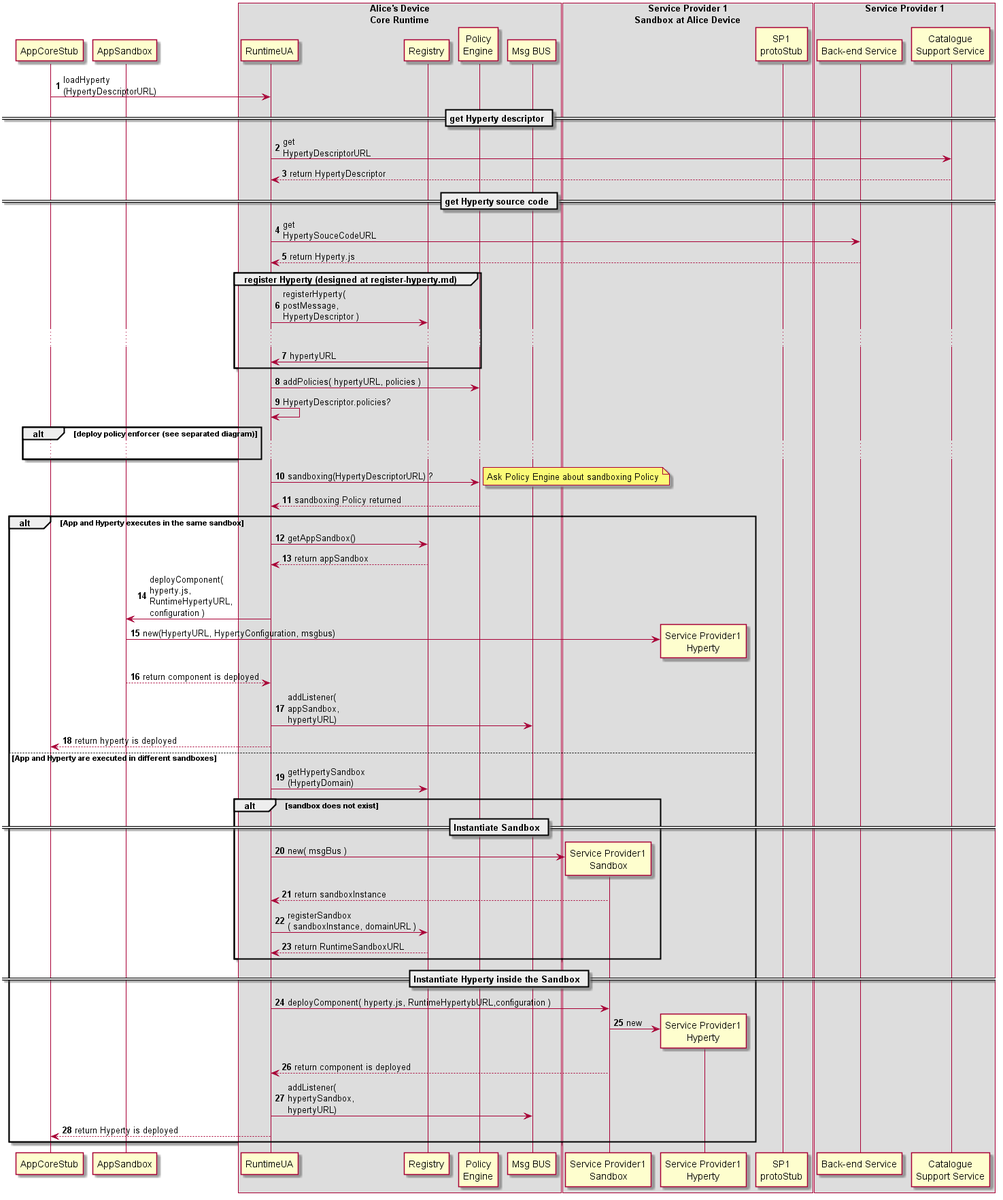
reTHINK-project/core-framework keeps this PlantUML diagram as docs/specs/runtime/dynamic-view/basics/deploy-hyperty.png. Above is the earlier version. Its source is kept beside it as docs/specs/runtime/dynamic-view/basics/deploy-hyperty.plantuml. Source of this version:
```plantuml
@startuml "deploy-hyperty.png"

autonumber

!define SHOW_RuntimeA

!define SHOW_AppAtRuntimeA
!define SHOW_AppSandboxAtRuntimeA

!define SHOW_CoreRuntimeA
!define SHOW_MsgBUSAtRuntimeA
!define SHOW_RegistryAtRuntimeA
!define SHOW_CoreAgentAtRuntimeA
!define SHOW_AuthAtRuntimeA

!define SHOW_SP1SandboxAtRuntimeA
!define SHOW_Protostub1AtRuntimeA
!define SHOW_ServiceProvider1HypertyAtRuntimeA
!define SHOW_ServiceProvider1SandboxManagerAtRuntimeA

!define SHOW_SP1
!define SHOW_Cat1

!include ../runtime_objects.plantuml


RunUA@A <- App@A : loadHyperty\n(HypertyDescriptorURL)

== get Hyperty descriptor ==

	RunUA@A -> Cat1 : get\nHypertyDescriptorURL

	RunUA@A <-- Cat1 : return HypertyDescriptor

== get Hyperty source code ==

	RunUA@A -> SP1 : get\nHypertySouceCodeURL

	RunUA@A <-- SP1 : return Hyperty.js


group register Hyperty (designed at register-hyperty.md)

RunUA@A -> RunReg@A : registerHyperty(\npostMessage,\nHypertyDescriptor )

...

RunUA@A <- RunReg@A : hypertyURL

end group


RunUA@A -> RunAuth@A : addPolicies( hypertyURL, policies )

RunUA@A -> RunUA@A : HypertyDescriptor.policies?

alt deploy policy enforcer (see separated diagram)

...

end



RunUA@A -> RunAuth@A : sandboxing(HypertyDescriptorURL) ?

note right
	Ask Policy Engine about sandboxing Policy
end note

RunUA@A <-- RunAuth@A : sandboxing Policy returned

alt App and Hyperty executes in the same sandbox

RunUA@A -> RunReg@A : getAppSandbox()

RunUA@A <-- RunReg@A : return appSandbox

RunUA@A -> AppSand@A : deployComponent(\nhyperty.js,\nRuntimeHypertyURL,\nconfiguration )

create SP1H@A
AppSand@A -> SP1H@A : new(HypertyURL, HypertyConfiguration, msgbus)

RunUA@A <-- AppSand@A : return component is deployed

BUS@A <- RunUA@A : addListener(\nappSandbox, \nhypertyURL)

RunUA@A --> App@A : return hyperty is deployed

else App and Hyperty are executed in different sandboxes

RunUA@A -> RunReg@A : getHypertySandbox\n(HypertyDomain)

alt sandbox does not exist

== Instantiate Sandbox ==

	create Sand1@A
	RunUA@A -> Sand1@A : new( msgBus )

	RunUA@A <-- Sand1@A : return sandboxInstance

	RunUA@A -> RunReg@A : registerSandbox\n( sandboxInstance, domainURL )

	RunUA@A <-- RunReg@A : return RuntimeSandboxURL

end

== Instantiate Hyperty inside the Sandbox ==

RunUA@A -> Sand1@A : deployComponent( hyperty.js, RuntimeHypertybURL,configuration )

create SP1H@A

Sand1@A -> SP1H@A : new

RunUA@A <-- Sand1@A : return component is deployed

BUS@A <- RunUA@A : addListener(\nhypertySandbox, \nhypertyURL)

RunUA@A --> App@A : return Hyperty is deployed

end



@enduml
```
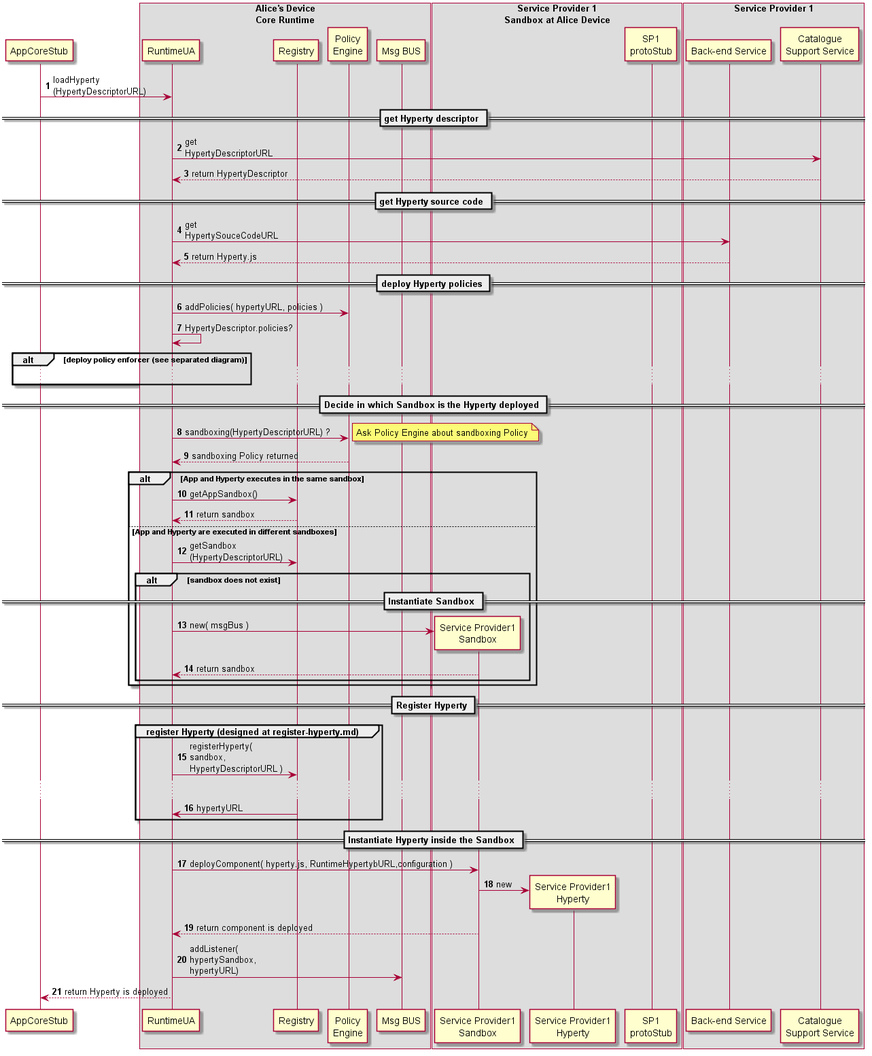
Later version of the same file.

Commit message:
deploy hyperty simplification

Change to the diagram source:
```diff
@@ -5,7 +5,6 @@
 !define SHOW_RuntimeA
 
 !define SHOW_AppAtRuntimeA
-!define SHOW_AppSandboxAtRuntimeA
 
 !define SHOW_CoreRuntimeA
 !define SHOW_MsgBUSAtRuntimeA
@@ -38,17 +37,7 @@
 
 	RunUA@A <-- SP1 : return Hyperty.js
 
-
-group register Hyperty (designed at register-hyperty.md)
-
-RunUA@A -> RunReg@A : registerHyperty(\npostMessage,\nHypertyDescriptor )
-
-...
-
-RunUA@A <- RunReg@A : hypertyURL
-
-end group
-
+	== deploy Hyperty policies ==
 
 RunUA@A -> RunAuth@A : addPolicies( hypertyURL, policies )
 
@@ -60,7 +49,7 @@
 
 end
 
-
+== Decide in which Sandbox is the Hyperty deployed ==
 
 RunUA@A -> RunAuth@A : sandboxing(HypertyDescriptorURL) ?
 
@@ -74,22 +63,11 @@
 
 RunUA@A -> RunReg@A : getAppSandbox()
 
-RunUA@A <-- RunReg@A : return appSandbox
-
-RunUA@A -> AppSand@A : deployComponent(\nhyperty.js,\nRuntimeHypertyURL,\nconfiguration )
-
-create SP1H@A
-AppSand@A -> SP1H@A : new(HypertyURL, HypertyConfiguration, msgbus)
-
-RunUA@A <-- AppSand@A : return component is deployed
-
-BUS@A <- RunUA@A : addListener(\nappSandbox, \nhypertyURL)
-
-RunUA@A --> App@A : return hyperty is deployed
+RunUA@A <-- RunReg@A : return sandbox
 
 else App and Hyperty are executed in different sandboxes
 
-RunUA@A -> RunReg@A : getHypertySandbox\n(HypertyDomain)
+RunUA@A -> RunReg@A : getSandbox\n(HypertyDescriptorURL)
 
 alt sandbox does not exist
 
@@ -98,13 +76,23 @@
 	create Sand1@A
 	RunUA@A -> Sand1@A : new( msgBus )
 
-	RunUA@A <-- Sand1@A : return sandboxInstance
-
-	RunUA@A -> RunReg@A : registerSandbox\n( sandboxInstance, domainURL )
-
-	RunUA@A <-- RunReg@A : return RuntimeSandboxURL
+	RunUA@A <-- Sand1@A : return sandbox
 
 end
+
+end
+
+== Register Hyperty ==
+
+group register Hyperty (designed at register-hyperty.md)
+
+RunUA@A -> RunReg@A : registerHyperty(\nsandbox,\nHypertyDescriptorURL )
+
+...
+
+RunUA@A <- RunReg@A : hypertyURL
+
+end group
 
 == Instantiate Hyperty inside the Sandbox ==
 
@@ -120,8 +108,4 @@
 
 RunUA@A --> App@A : return Hyperty is deployed
 
-end
-
-
-
 @enduml
```
